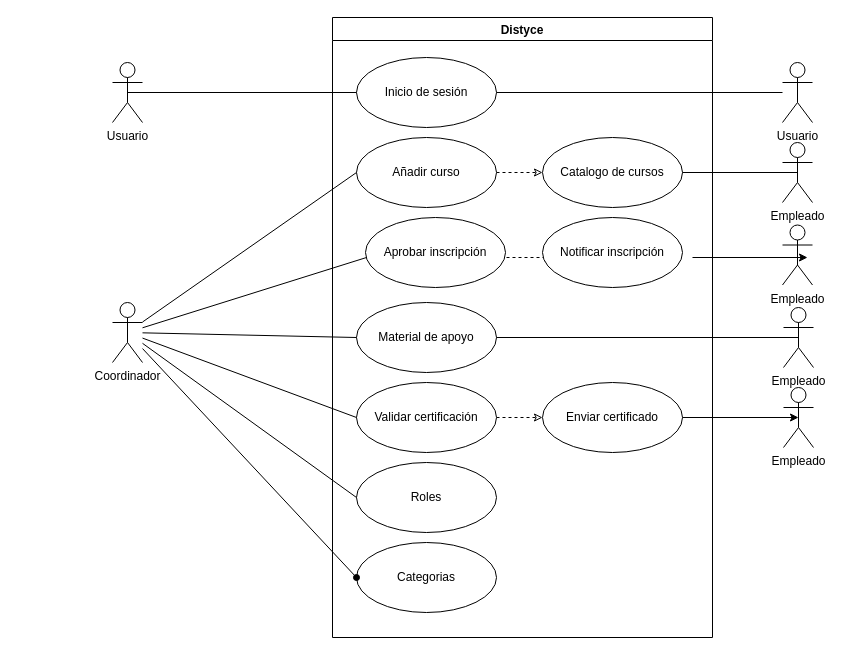
The draw.io diagram diagrams/casosdeuso.drawio in BanuelosMendezJordi/Analisis_Avanzado_17212330, before the edit. Source tidied: cells renumbered, new cells numbered last; positions are measured from the earlier drawing's top-left corner, leaving out a move shared by most shapes. Both pictures are drawn from the tidied source at 100%, with x=0, y=0 at pixel (112, 17). Pictures stored in the file or linked from it are replaced by grey dashed boxes.
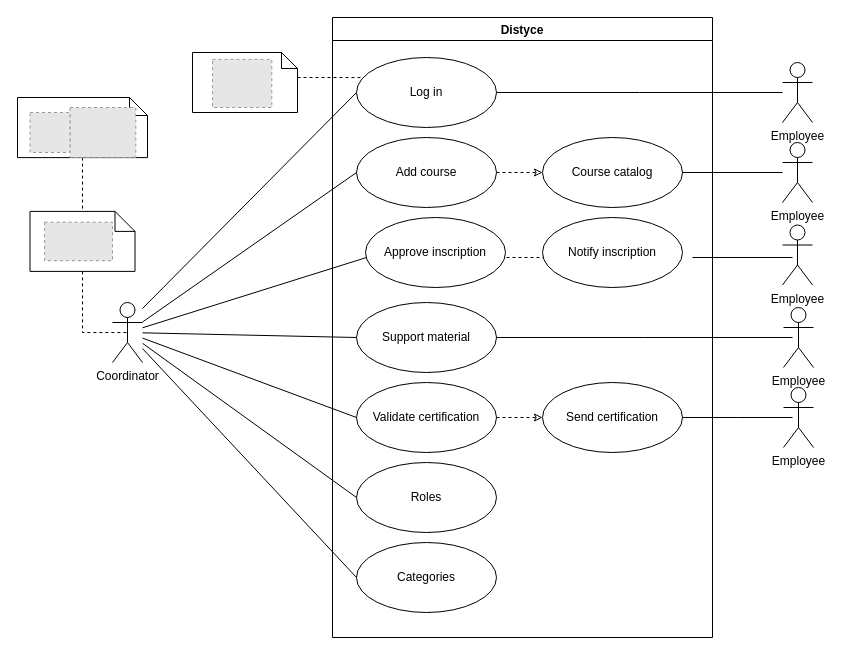
The same page after the edit.

Unchanged cells that the change refers to:
```xml
<mxCell id="2" value="Distyce" style="swimlane;startSize=23;" parent="1" vertex="1">
  <mxGeometry x="220" width="380" height="620" as="geometry" />
</mxCell>
```

Change to the diagram source:
```diff
@@
+    <mxCell id="36" style="edgeStyle=orthogonalEdgeStyle;rounded=0;jettySize=auto;html=1;exitX=0.5;exitY=1;exitDx=0;exitDy=0;exitPerimeter=0;dashed=1;endArrow=none;endFill=0;" parent="1" edge="1" source="37" target="39">
+      <mxGeometry relative="1" as="geometry" />
+    </mxCell>
+    <mxCell id="37" style="shape=note2;boundedLbl=1;whiteSpace=wrap;html=1;size=18;verticalAlign=top;align=center;" parent="1" vertex="1">
+      <mxGeometry x="-95" y="80" width="130" height="60.1" as="geometry" />
+    </mxCell>
+    <mxCell id="38" style="edgeStyle=orthogonalEdgeStyle;rounded=0;jettySize=auto;html=1;exitX=0.5;exitY=1;exitDx=0;exitDy=0;exitPerimeter=0;entryX=0.5;entryY=0.5;entryDx=0;entryDy=0;entryPerimeter=0;dashed=1;endArrow=none;endFill=0;" parent="1" edge="1" source="39" target="16">
+      <mxGeometry relative="1" as="geometry">
+        <Array as="points">
+          <mxPoint x="-30" y="315" />
+        </Array>
+      </mxGeometry>
+    </mxCell>
+    <mxCell id="39" style="shape=note2;boundedLbl=1;whiteSpace=wrap;html=1;size=20;verticalAlign=top;align=center;" parent="1" vertex="1">
+      <mxGeometry x="-82.5" y="193.9" width="105" height="60" as="geometry" />
+    </mxCell>
+    <mxCell id="40" style="edgeStyle=orthogonalEdgeStyle;rounded=0;jettySize=auto;html=1;exitX=0;exitY=0;exitDx=105;exitDy=25;exitPerimeter=0;entryX=0.04;entryY=0.287;entryDx=0;entryDy=0;entryPerimeter=0;dashed=1;endArrow=none;endFill=0;" parent="1" edge="1" source="41" target="3">
+      <mxGeometry relative="1" as="geometry" />
+    </mxCell>
+    <mxCell id="41" style="shape=note2;boundedLbl=1;whiteSpace=wrap;html=1;size=16;verticalAlign=top;align=center;" parent="1" vertex="1">
+      <mxGeometry x="80" y="35" width="105" height="60" as="geometry" />
+    </mxCell>
@@
-    <mxCell id="3" value="Inicio de sesión" style="ellipse;whiteSpace=wrap;html=1;" parent="2" vertex="1">
+    <mxCell id="3" value="Log in" style="ellipse;whiteSpace=wrap;html=1;" parent="2" vertex="1">
       <mxGeometry x="24" y="40" width="140" height="70" as="geometry" />
     </mxCell>
@@
-    <mxCell id="5" value="Material de apoyo" style="ellipse;whiteSpace=wrap;html=1;" parent="2" vertex="1">
+    <mxCell id="5" value="Support material" style="ellipse;whiteSpace=wrap;html=1;" parent="2" vertex="1">
       <mxGeometry x="24" y="285" width="140" height="70" as="geometry" />
     </mxCell>
@@
-    <mxCell id="7" value="Añadir curso" style="ellipse;whiteSpace=wrap;html=1;" parent="2" vertex="1">
+    <mxCell id="7" value="Add course" style="ellipse;whiteSpace=wrap;html=1;" parent="2" vertex="1">
       <mxGeometry x="24" y="120" width="140" height="70" as="geometry" />
     </mxCell>
-    <mxCell id="8" value="Catalogo de cursos" style="ellipse;whiteSpace=wrap;html=1;" parent="2" vertex="1">
+    <mxCell id="8" value="Course catalog" style="ellipse;whiteSpace=wrap;html=1;" parent="2" vertex="1">
       <mxGeometry x="210" y="120" width="140" height="70" as="geometry" />
     </mxCell>
@@
-    <mxCell id="10" value="Aprobar inscripción" style="ellipse;whiteSpace=wrap;html=1;" parent="2" vertex="1">
+    <mxCell id="10" value="Approve inscription" style="ellipse;whiteSpace=wrap;html=1;" parent="2" vertex="1">
       <mxGeometry x="33" y="200" width="140" height="70" as="geometry" />
     </mxCell>
@@
-    <mxCell id="12" value="Validar certificación" style="ellipse;whiteSpace=wrap;html=1;" parent="2" vertex="1">
+    <mxCell id="12" value="Validate certification" style="ellipse;whiteSpace=wrap;html=1;" parent="2" vertex="1">
       <mxGeometry x="24" y="365" width="140" height="70" as="geometry" />
     </mxCell>
-    <mxCell id="13" value="Categorias" style="ellipse;whiteSpace=wrap;html=1;" parent="2" vertex="1">
+    <mxCell id="13" value="Categories" style="ellipse;whiteSpace=wrap;html=1;" parent="2" vertex="1">
       <mxGeometry x="24" y="525" width="140" height="70" as="geometry" />
     </mxCell>
-    <mxCell id="14" value="Enviar certificado" style="ellipse;whiteSpace=wrap;html=1;" parent="2" vertex="1">
+    <mxCell id="14" value="Send certification" style="ellipse;whiteSpace=wrap;html=1;" parent="2" vertex="1">
       <mxGeometry x="210" y="365" width="140" height="70" as="geometry" />
     </mxCell>
-    <mxCell id="15" value="Notificar inscripción" style="ellipse;whiteSpace=wrap;html=1;" parent="2" vertex="1">
+    <mxCell id="15" value="Notify inscription" style="ellipse;whiteSpace=wrap;html=1;" parent="2" vertex="1">
       <mxGeometry x="210" y="200" width="140" height="70" as="geometry" />
     </mxCell>
+    <mxCell id="42" style="edgeStyle=none;rounded=0;jettySize=auto;html=1;entryX=0;entryY=0.5;entryDx=0;entryDy=0;endArrow=none;endFill=0;" parent="1" edge="1" target="3">
+      <mxGeometry relative="1" as="geometry">
+        <mxPoint x="30" y="291" as="sourcePoint" />
+      </mxGeometry>
+    </mxCell>
-    <mxCell id="16" value="Coordinador" style="shape=umlActor;verticalLabelPosition=bottom;verticalAlign=top;html=1;" parent="1" vertex="1">
+    <mxCell id="16" value="Coordinator" style="shape=umlActor;verticalLabelPosition=bottom;verticalAlign=top;html=1;" parent="1" vertex="1">
       <mxGeometry y="285" width="30" height="60" as="geometry" />
     </mxCell>
-    <mxCell id="17" style="rounded=0;jettySize=auto;html=1;entryX=0;entryY=0.5;entryDx=0;entryDy=0;strokeColor=none;endArrow=oval;endFill=1;" parent="1" edge="1" source="16" target="3">
-      <mxGeometry relative="1" as="geometry" />
-    </mxCell>
-    <mxCell id="18" style="edgeStyle=none;rounded=0;jettySize=auto;html=1;entryX=0;entryY=0.5;entryDx=0;entryDy=0;endArrow=none;endFill=0;exitX=0.5;exitY=0.5;exitDx=0;exitDy=0;exitPerimeter=0;" parent="1" edge="1" source="31" target="3">
-      <mxGeometry relative="1" as="geometry" />
-    </mxCell>
@@
-    <mxCell id="24" style="edgeStyle=none;rounded=0;jettySize=auto;html=1;entryX=0;entryY=0.5;entryDx=0;entryDy=0;endArrow=oval;endFill=1;" parent="1" edge="1" source="16" target="13">
+    <mxCell id="24" style="edgeStyle=none;rounded=0;jettySize=auto;html=1;entryX=0;entryY=0.5;entryDx=0;entryDy=0;endArrow=none;endFill=0;" parent="1" edge="1" source="16" target="13">
       <mxGeometry relative="1" as="geometry" />
     </mxCell>
-    <mxCell id="25" value="Empleado" style="shape=umlActor;verticalLabelPosition=bottom;verticalAlign=top;html=1;" parent="1" vertex="1">
+    <mxCell id="25" value="Employee" style="shape=umlActor;verticalLabelPosition=bottom;verticalAlign=top;html=1;" parent="1" vertex="1">
       <mxGeometry x="671" y="370" width="30" height="60" as="geometry" />
     </mxCell>
-    <mxCell id="26" style="edgeStyle=orthogonalEdgeStyle;rounded=0;jettySize=auto;html=1;entryX=0.5;entryY=0.5;entryDx=0;entryDy=0;entryPerimeter=0;" parent="1" edge="1" source="14" target="25">
-      <mxGeometry relative="1" as="geometry" />
+    <mxCell id="26" style="edgeStyle=orthogonalEdgeStyle;rounded=0;jettySize=auto;html=1;endArrow=none;endFill=0;" parent="1" edge="1" source="14">
+      <mxGeometry relative="1" as="geometry">
+        <mxPoint x="680" y="400" as="targetPoint" />
+      </mxGeometry>
     </mxCell>
-    <mxCell id="27" value="Empleado" style="shape=umlActor;verticalLabelPosition=bottom;verticalAlign=top;html=1;" parent="1" vertex="1">
+    <mxCell id="27" value="Employee" style="shape=umlActor;verticalLabelPosition=bottom;verticalAlign=top;html=1;" parent="1" vertex="1">
       <mxGeometry x="671" y="290" width="30" height="60" as="geometry" />
     </mxCell>
-    <mxCell id="28" style="edgeStyle=orthogonalEdgeStyle;rounded=0;jettySize=auto;html=1;entryX=0.5;entryY=0.5;entryDx=0;entryDy=0;entryPerimeter=0;endArrow=none;endFill=0;" parent="1" edge="1" source="5" target="27">
-      <mxGeometry relative="1" as="geometry" />
+    <mxCell id="28" style="edgeStyle=orthogonalEdgeStyle;rounded=0;jettySize=auto;html=1;endArrow=none;endFill=0;" parent="1" edge="1" source="5">
+      <mxGeometry relative="1" as="geometry">
+        <mxPoint x="680" y="320" as="targetPoint" />
+      </mxGeometry>
     </mxCell>
-    <mxCell id="29" value="Empleado" style="shape=umlActor;verticalLabelPosition=bottom;verticalAlign=top;html=1;" parent="1" vertex="1">
+    <mxCell id="29" value="Employee" style="shape=umlActor;verticalLabelPosition=bottom;verticalAlign=top;html=1;" parent="1" vertex="1">
       <mxGeometry x="670" y="207.5" width="30" height="60" as="geometry" />
     </mxCell>
-    <mxCell id="30" style="edgeStyle=orthogonalEdgeStyle;rounded=0;orthogonalLoop=1;jettySize=auto;html=1;entryX=0.5;entryY=0.5;entryDx=0;entryDy=0;entryPerimeter=0;" parent="1" edge="1">
+    <mxCell id="30" style="edgeStyle=orthogonalEdgeStyle;rounded=0;orthogonalLoop=1;jettySize=auto;html=1;endArrow=none;endFill=0;" parent="1" edge="1">
       <mxGeometry relative="1" as="geometry">
         <mxPoint x="580" y="240" as="sourcePoint" />
-        <mxPoint x="695" y="240" as="targetPoint" />
+        <mxPoint x="680" y="240" as="targetPoint" />
       </mxGeometry>
     </mxCell>
-    <mxCell id="31" value="Usuario" style="shape=umlActor;verticalLabelPosition=bottom;verticalAlign=top;html=1;" parent="1" vertex="1">
-      <mxGeometry y="45" width="30" height="60" as="geometry" />
-    </mxCell>
-    <mxCell id="32" value="Usuario" style="shape=umlActor;verticalLabelPosition=bottom;verticalAlign=top;html=1;" parent="1" vertex="1">
+    <mxCell id="32" value="Employee" style="shape=umlActor;verticalLabelPosition=bottom;verticalAlign=top;html=1;" parent="1" vertex="1">
       <mxGeometry x="670" y="45" width="30" height="60" as="geometry" />
     </mxCell>
-    <mxCell id="33" style="edgeStyle=orthogonalEdgeStyle;rounded=0;jettySize=auto;html=1;endArrow=none;endFill=0;" parent="1" edge="1" source="3" target="32">
-      <mxGeometry relative="1" as="geometry" />
+    <mxCell id="33" style="edgeStyle=orthogonalEdgeStyle;rounded=0;jettySize=auto;html=1;endArrow=none;endFill=0;" parent="1" edge="1" source="3">
+      <mxGeometry relative="1" as="geometry">
+        <mxPoint x="670" y="75" as="targetPoint" />
+      </mxGeometry>
     </mxCell>
-    <mxCell id="34" value="Empleado" style="shape=umlActor;verticalLabelPosition=bottom;verticalAlign=top;html=1;" parent="1" vertex="1">
+    <mxCell id="34" value="Employee" style="shape=umlActor;verticalLabelPosition=bottom;verticalAlign=top;html=1;" parent="1" vertex="1">
       <mxGeometry x="670" y="125" width="30" height="60" as="geometry" />
     </mxCell>
-    <mxCell id="35" style="edgeStyle=orthogonalEdgeStyle;rounded=0;jettySize=auto;html=1;entryX=0.5;entryY=0.5;entryDx=0;entryDy=0;entryPerimeter=0;endArrow=none;endFill=0;" parent="1" edge="1" source="8" target="34">
+    <mxCell id="35" style="edgeStyle=orthogonalEdgeStyle;rounded=0;jettySize=auto;html=1;endArrow=none;endFill=0;" parent="1" edge="1" source="8" target="34">
       <mxGeometry relative="1" as="geometry" />
     </mxCell>
+    <mxCell id="43" style="fillColor=#E6E6E6;strokeColor=#999999;dashed=1;verticalLabelPosition=bottom;labelBackgroundColor=#ffffff;verticalAlign=top;" parent="1" vertex="1">
+      <mxGeometry x="-67.9" y="204.7" width="67.9" height="38.5" as="geometry" />
+    </mxCell>
+    <mxCell id="44" style="fillColor=#E6E6E6;strokeColor=#999999;dashed=1;verticalLabelPosition=bottom;labelBackgroundColor=#ffffff;verticalAlign=top;" parent="1" vertex="1">
+      <mxGeometry x="100" y="41.9" width="59.3" height="48.1" as="geometry" />
+    </mxCell>
+    <mxCell id="45" style="fillColor=#E6E6E6;strokeColor=#999999;dashed=1;verticalLabelPosition=bottom;labelBackgroundColor=#ffffff;verticalAlign=top;" parent="1" vertex="1">
+      <mxGeometry x="-42.5" y="90" width="65.8" height="50" as="geometry" />
+    </mxCell>
+    <mxCell id="46" style="fillColor=#E6E6E6;strokeColor=#999999;dashed=1;verticalLabelPosition=bottom;labelBackgroundColor=#ffffff;verticalAlign=top;" parent="1" vertex="1">
+      <mxGeometry x="-82.5" y="95" width="40" height="40" as="geometry" />
+    </mxCell>
```
